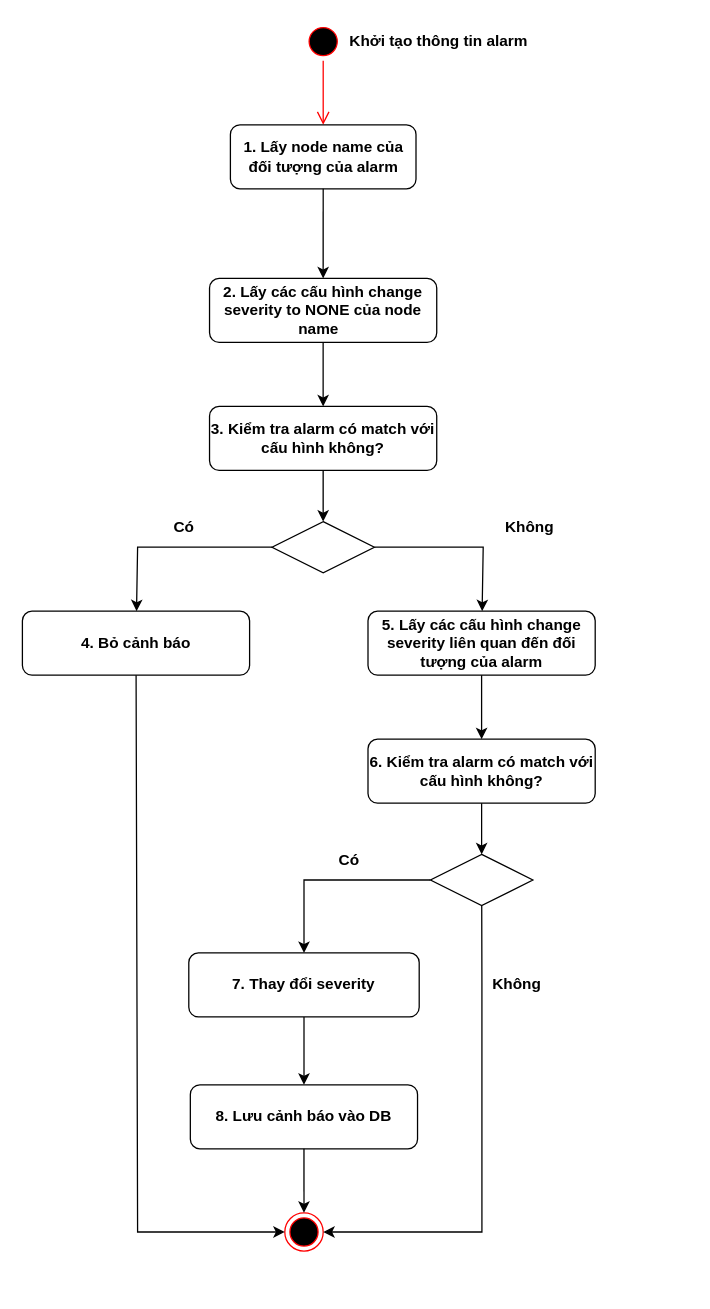
hiep1097/drawio keeps this draw.io diagram as page "Luồng hoạt động" (1 of 2) of change_alarm_severity.drawio. Above is the earlier version. Source tidied: cells renumbered, new cells numbered last; positions are measured from the earlier drawing's top-left corner, leaving out a move shared by most shapes. Both pictures are drawn from the tidied source at 128%, with x=0, y=0 at pixel (22, 22).
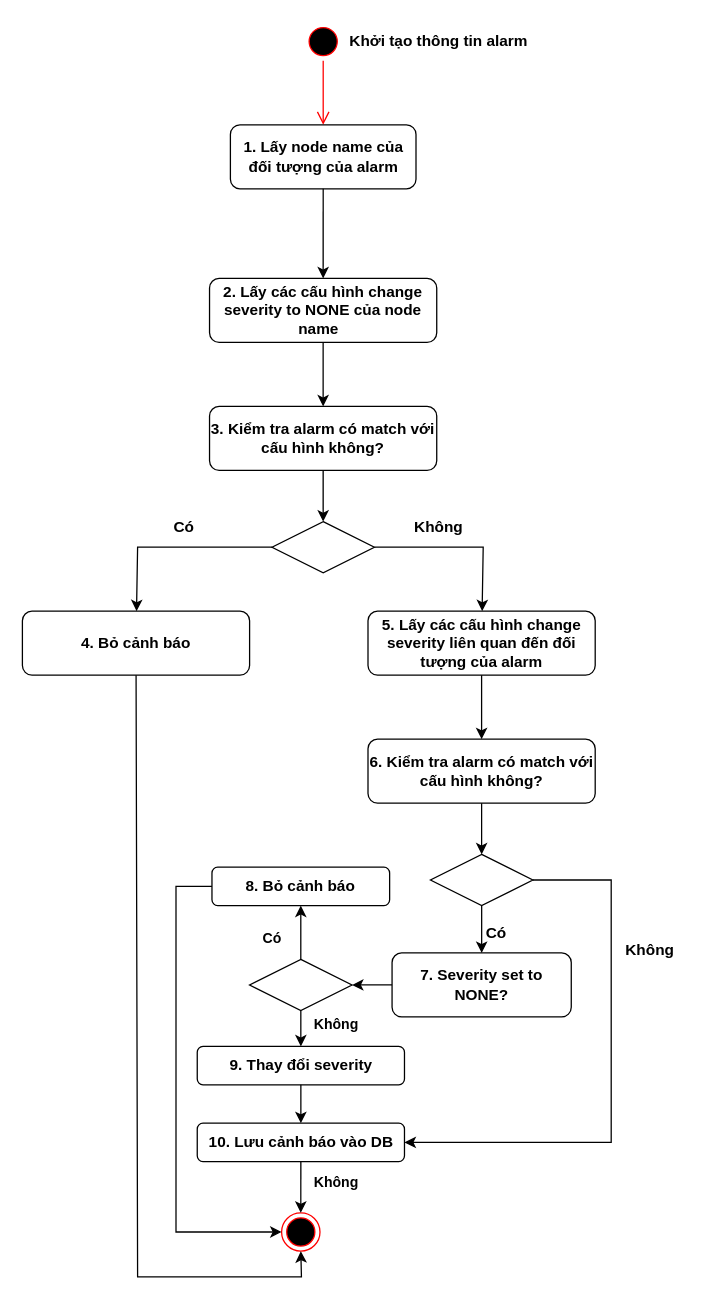
The same page after the edit.

Unchanged cells that the change refers to:
```xml
<mxCell id="11" value="4. Bỏ cảnh báo" style="rounded=1;whiteSpace=wrap;html=1;fontStyle=1;" parent="1" vertex="1">
  <mxGeometry y="460" width="177.5" height="50" as="geometry" />
</mxCell>
<mxCell id="22" style="rhombus;whiteSpace=wrap;html=1;fontStyle=1;" parent="1" vertex="1">
  <mxGeometry x="318.8" y="650" width="80" height="40" as="geometry" />
</mxCell>
```

What changed in the source:
```diff
@@
     <mxCell id="17" value="Không" style="text;html=1;align=center;verticalAlign=middle;strokeColor=none;fillColor=none;fontStyle=1;" parent="1" vertex="1">
-      <mxGeometry x="366.2" y="380" width="60" height="30" as="geometry" />
+      <mxGeometry x="295" y="380" width="60" height="30" as="geometry" />
     </mxCell>
     <mxCell id="18" style="ellipse;html=1;shape=endState;fillColor=#000000;strokeColor=#ff0000;fontStyle=1;" parent="1" vertex="1">
-      <mxGeometry x="205" y="930" width="30" height="30" as="geometry" />
+      <mxGeometry x="202.5" y="930" width="30" height="30" as="geometry" />
     </mxCell>
     <mxCell id="19" style="endArrow=classic;html=1;rounded=0;fontStyle=1;" parent="1" edge="1" source="11" target="18">
       <mxGeometry relative="1" as="geometry">
         <Array as="points">
-          <mxPoint x="90" y="945" />
+          <mxPoint x="90" y="980" />
+          <mxPoint x="218" y="980" />
         </Array>
       </mxGeometry>
     </mxCell>
@@
-    <mxCell id="23" style="endArrow=classic;html=1;rounded=0;exitX=0;exitY=0.5;exitDx=0;exitDy=0;fontStyle=1;" parent="1" edge="1" source="22" target="24">
-      <mxGeometry relative="1" as="geometry">
-        <Array as="points">
-          <mxPoint x="220" y="670" />
-        </Array>
-      </mxGeometry>
+    <mxCell id="23" style="endArrow=classic;html=1;rounded=0;fontStyle=1;" parent="1" edge="1" source="22" target="24">
+      <mxGeometry relative="1" as="geometry" />
     </mxCell>
-    <mxCell id="24" value="7. Thay đổi severity" style="rounded=1;whiteSpace=wrap;html=1;fontStyle=1;" parent="1" vertex="1">
-      <mxGeometry x="130" y="727" width="180" height="50" as="geometry" />
+    <mxCell id="24" value="7. Severity set to NONE?" style="rounded=1;whiteSpace=wrap;html=1;fontStyle=1;" parent="1" vertex="1">
+      <mxGeometry x="288.8" y="727" width="140" height="50" as="geometry" />
     </mxCell>
     <mxCell id="25" value="Có" style="text;html=1;align=center;verticalAlign=middle;strokeColor=none;fillColor=none;fontStyle=1;" parent="1" vertex="1">
-      <mxGeometry x="235" y="640" width="40" height="30" as="geometry" />
+      <mxGeometry x="350" y="697" width="40" height="30" as="geometry" />
     </mxCell>
@@
-    <mxCell id="27" style="endArrow=classic;html=1;rounded=0;fontStyle=1;" parent="1" edge="1" source="22" target="18">
+    <mxCell id="27" style="endArrow=classic;html=1;rounded=0;fontStyle=1;" parent="1" edge="1" source="22" target="39">
       <mxGeometry relative="1" as="geometry">
         <Array as="points">
-          <mxPoint x="359" y="750" />
-          <mxPoint x="359" y="945" />
+          <mxPoint x="460" y="670" />
+          <mxPoint x="460" y="855" />
+          <mxPoint x="460" y="870" />
+          <mxPoint x="460" y="875" />
         </Array>
       </mxGeometry>
     </mxCell>
     <mxCell id="28" value="Không" style="text;html=1;align=center;verticalAlign=middle;strokeColor=none;fillColor=none;fontStyle=1;" parent="1" vertex="1">
-      <mxGeometry x="356" y="737" width="60" height="30" as="geometry" />
+      <mxGeometry x="460" y="710" width="60" height="30" as="geometry" />
     </mxCell>
-    <mxCell id="29" style="endArrow=classic;html=1;rounded=0;fontStyle=1;" parent="1" edge="1" source="24">
-      <mxGeometry relative="1" as="geometry">
-        <mxPoint x="220" y="830" as="targetPoint" />
-      </mxGeometry>
+    <mxCell id="29" style="endArrow=classic;html=1;rounded=0;fontStyle=1;" parent="1" edge="1" source="33" target="30">
+      <mxGeometry relative="1" as="geometry" />
     </mxCell>
+    <mxCell id="32" value="Không" style="edgeLabel;html=1;align=center;verticalAlign=middle;fontStyle=1;" parent="29" vertex="1">
+      <mxGeometry x="-0.18" y="-1" relative="1" as="geometry">
+        <mxPoint x="28" as="offset" />
+      </mxGeometry>
+    </mxCell>
-    <mxCell id="30" value="8. Lưu cảnh báo vào DB" style="rounded=1;whiteSpace=wrap;html=1;fontStyle=1;" parent="1" vertex="1">
-      <mxGeometry x="131.2" y="830" width="177.5" height="50" as="geometry" />
+    <mxCell id="30" value="9. Thay đổi severity" style="rounded=1;whiteSpace=wrap;html=1;fontStyle=1;" parent="1" vertex="1">
+      <mxGeometry x="136.6" y="800" width="161.9" height="30" as="geometry" />
     </mxCell>
-    <mxCell id="31" style="endArrow=classic;html=1;rounded=0;fontStyle=1;" parent="1" edge="1" source="30" target="18">
+    <mxCell id="31" style="endArrow=classic;html=1;rounded=0;fontStyle=1;" parent="1" edge="1" source="30" target="39">
       <mxGeometry relative="1" as="geometry" />
     </mxCell>
+    <mxCell id="33" style="rhombus;whiteSpace=wrap;html=1;fontStyle=1;" parent="1" vertex="1">
+      <mxGeometry x="177.5" y="732" width="80" height="40" as="geometry" />
+    </mxCell>
+    <mxCell id="34" style="endArrow=classic;html=1;rounded=0;fontStyle=1;" parent="1" edge="1" source="24" target="33">
+      <mxGeometry relative="1" as="geometry" />
+    </mxCell>
+    <mxCell id="35" style="endArrow=classic;html=1;rounded=0;fontStyle=1;" parent="1" edge="1" source="33" target="37">
+      <mxGeometry relative="1" as="geometry" />
+    </mxCell>
+    <mxCell id="36" value="Có" style="edgeLabel;html=1;align=center;verticalAlign=middle;fontStyle=1;" parent="35" vertex="1">
+      <mxGeometry x="-0.18" y="-1" relative="1" as="geometry">
+        <mxPoint x="-24" as="offset" />
+      </mxGeometry>
+    </mxCell>
+    <mxCell id="37" value="8. Bỏ cảnh báo" style="rounded=1;whiteSpace=wrap;html=1;fontStyle=1;" parent="1" vertex="1">
+      <mxGeometry x="148.1" y="660" width="138.8" height="30" as="geometry" />
+    </mxCell>
+    <mxCell id="38" style="endArrow=classic;html=1;rounded=0;fontStyle=1;" parent="1" edge="1" source="37" target="18">
+      <mxGeometry relative="1" as="geometry">
+        <Array as="points">
+          <mxPoint x="120" y="675" />
+          <mxPoint x="120" y="945" />
+        </Array>
+      </mxGeometry>
+    </mxCell>
+    <mxCell id="39" value="10. Lưu cảnh báo vào DB" style="rounded=1;whiteSpace=wrap;html=1;fontStyle=1;" parent="1" vertex="1">
+      <mxGeometry x="136.6" y="860" width="161.9" height="30" as="geometry" />
+    </mxCell>
+    <mxCell id="40" style="endArrow=classic;html=1;rounded=0;fontStyle=1;" parent="1" edge="1" source="39" target="18">
+      <mxGeometry relative="1" as="geometry" />
+    </mxCell>
+    <mxCell id="41" value="Không" style="edgeLabel;html=1;align=center;verticalAlign=middle;fontStyle=1;" parent="40" vertex="1">
+      <mxGeometry x="-0.18" y="-1" relative="1" as="geometry">
+        <mxPoint x="28" as="offset" />
+      </mxGeometry>
+    </mxCell>
```
